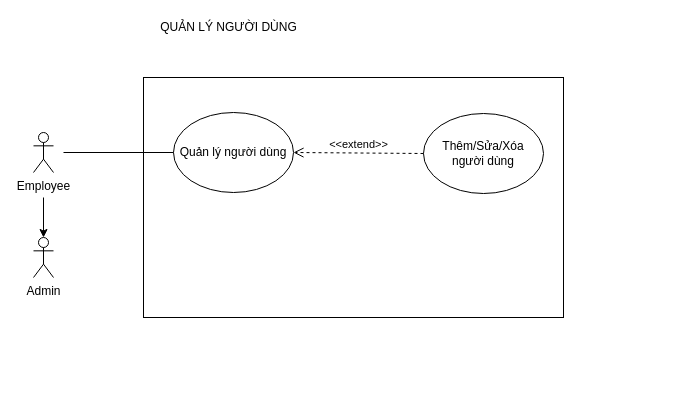
Before: page "Usecase_ql_nguoi_dung" (7 of 17) of doc/QuanLyDoAn.drawio in lampn0/quan_ly_do_an_20211, a draw.io diagram. Source tidied: cells renumbered, new cells numbered last; positions are measured from the earlier drawing's top-left corner, leaving out a move shared by most shapes. Both pictures are drawn from the tidied source at 100%, with x=0, y=0 at pixel (33, 17).
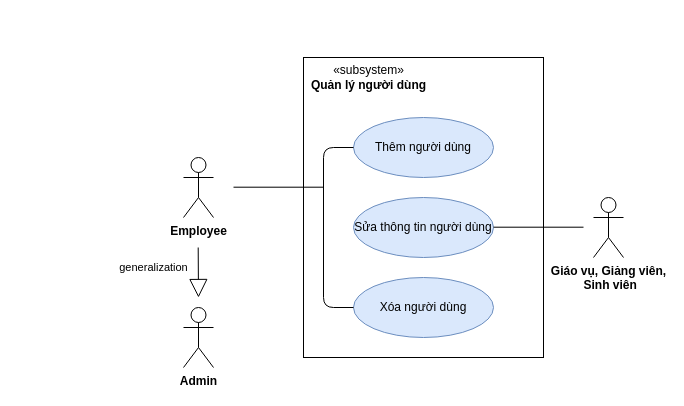
Above is the later version.

What changed in the source:
```diff
@@
 <mxGraphModel>
   <root>
     <mxCell id="0" />
     <mxCell id="1" parent="0" />
-    <mxCell id="2" style="rounded=0;whiteSpace=wrap;html=1;" parent="1" vertex="1">
-      <mxGeometry x="110" y="60" width="420" height="240" as="geometry" />
-    </mxCell>
-    <mxCell id="3" value="QUẢN LÝ NGƯỜI DÙNG" style="text;html=1;align=center;verticalAlign=middle;strokeColor=none;fillColor=none;" parent="1" vertex="1">
-      <mxGeometry x="120" width="150" height="20" as="geometry" />
-    </mxCell>
+    <mxCell id="11" value="generalization" style="endArrow=block;endSize=16;endFill=0;html=1;" parent="1" edge="1">
+      <mxGeometry x="-0.21" y="-45" relative="1" as="geometry">
+        <mxPoint x="164.7" y="230" as="sourcePoint" />
+        <mxPoint x="165" y="280" as="targetPoint" />
+      </mxGeometry>
+    </mxCell>
+    <mxCell id="12" style="rounded=0;whiteSpace=wrap;html=1;glass=0;shadow=0;" parent="1" vertex="1">
+      <mxGeometry x="270" y="40" width="240" height="300" as="geometry" />
+    </mxCell>
+    <mxCell id="13" value="«subsystem»&lt;br&gt;&lt;b&gt;Quản lý người dùng&lt;/b&gt;" style="html=1;rounded=1;glass=0;align=center;strokeColor=none;fillColor=none;" parent="1" vertex="1">
+      <mxGeometry x="270" y="40" width="130" height="40" as="geometry" />
+    </mxCell>
+    <mxCell id="14" value="Thêm người dùng" style="ellipse;whiteSpace=wrap;html=1;rounded=1;glass=0;align=center;fillColor=#dae8fc;strokeColor=#6c8ebf;" parent="1" vertex="1">
+      <mxGeometry x="320" y="100" width="140" height="60" as="geometry" />
+    </mxCell>
+    <mxCell id="15" value="Sửa thông tin người dùng" style="ellipse;whiteSpace=wrap;html=1;rounded=1;glass=0;align=center;fillColor=#dae8fc;strokeColor=#6c8ebf;" parent="1" vertex="1">
+      <mxGeometry x="320" y="180" width="140" height="60" as="geometry" />
+    </mxCell>
+    <mxCell id="16" value="Xóa người dùng" style="ellipse;whiteSpace=wrap;html=1;rounded=1;glass=0;align=center;fillColor=#dae8fc;strokeColor=#6c8ebf;" parent="1" vertex="1">
+      <mxGeometry x="320" y="260" width="140" height="60" as="geometry" />
+    </mxCell>
+    <mxCell id="17" value="Giáo vụ, Giảng viên,&lt;br&gt;&amp;nbsp;Sinh viên" style="shape=umlActor;verticalLabelPosition=bottom;verticalAlign=top;html=1;rounded=1;shadow=0;glass=0;fillColor=none;align=center;fontStyle=1;" parent="1" vertex="1">
+      <mxGeometry x="560" y="180" width="30" height="60" as="geometry" />
+    </mxCell>
-    <mxCell id="4" value="Employee" style="shape=umlActor;verticalLabelPosition=bottom;verticalAlign=top;html=1;" parent="1" vertex="1">
-      <mxGeometry y="115" width="20" height="40" as="geometry" />
+    <mxCell id="4" value="Employee" style="shape=umlActor;verticalLabelPosition=bottom;verticalAlign=top;html=1;rounded=1;shadow=0;glass=0;fillColor=none;align=center;fontStyle=1;" parent="1" vertex="1">
+      <mxGeometry x="150" y="140" width="30" height="60" as="geometry" />
     </mxCell>
-    <mxCell id="5" value="Quản lý người dùng" style="ellipse;whiteSpace=wrap;html=1;" parent="1" vertex="1">
-      <mxGeometry x="140" y="95" width="120" height="80" as="geometry" />
-    </mxCell>
-    <mxCell id="6" value="Thêm/Sửa/Xóa&lt;br&gt;người dùng" style="ellipse;whiteSpace=wrap;html=1;" parent="1" vertex="1">
-      <mxGeometry x="390" y="96" width="120" height="80" as="geometry" />
-    </mxCell>
-    <mxCell id="7" value="&amp;lt;&amp;lt;extend&amp;gt;&amp;gt;" style="html=1;verticalAlign=bottom;endArrow=open;dashed=1;endSize=8;rounded=0;exitX=0;exitY=0.5;exitDx=0;exitDy=0;entryX=1;entryY=0.5;entryDx=0;entryDy=0;" parent="1" edge="1" source="6" target="5">
-      <mxGeometry relative="1" as="geometry" />
-    </mxCell>
-    <mxCell id="8" style="endArrow=none;html=1;rounded=0;exitX=0;exitY=0.5;exitDx=0;exitDy=0;" parent="1" edge="1" source="5">
-      <mxGeometry relative="1" as="geometry">
-        <mxPoint x="30" y="135" as="targetPoint" />
-      </mxGeometry>
-    </mxCell>
+    <mxCell id="18" style="endArrow=none;html=1;" parent="1" edge="1">
+      <mxGeometry relative="1" as="geometry">
+        <mxPoint x="200" y="169.7" as="sourcePoint" />
+        <mxPoint x="290" y="169.7" as="targetPoint" />
+      </mxGeometry>
+    </mxCell>
+    <mxCell id="19" style="endArrow=none;html=1;exitX=0;exitY=0.5;exitDx=0;exitDy=0;entryX=0;entryY=0.5;entryDx=0;entryDy=0;" parent="1" edge="1" source="16" target="14">
+      <mxGeometry relative="1" as="geometry">
+        <Array as="points">
+          <mxPoint x="290" y="290" />
+          <mxPoint x="290" y="130" />
+        </Array>
+      </mxGeometry>
+    </mxCell>
+    <mxCell id="20" style="endArrow=none;html=1;" parent="1" edge="1">
+      <mxGeometry relative="1" as="geometry">
+        <mxPoint x="550" y="209.7" as="sourcePoint" />
+        <mxPoint x="460" y="209.7" as="targetPoint" />
+      </mxGeometry>
+    </mxCell>
-    <mxCell id="9" value="Admin" style="shape=umlActor;verticalLabelPosition=bottom;verticalAlign=top;html=1;outlineConnect=0;" parent="1" vertex="1">
-      <mxGeometry y="220" width="20" height="40" as="geometry" />
+    <mxCell id="9" value="Admin" style="shape=umlActor;verticalLabelPosition=bottom;verticalAlign=top;html=1;rounded=1;shadow=0;glass=0;fillColor=none;align=center;fontStyle=1;" parent="1" vertex="1">
+      <mxGeometry x="150" y="290" width="30" height="60" as="geometry" />
     </mxCell>
-    <mxCell id="10" style="endArrow=classic;html=1;rounded=0;entryX=0.5;entryY=0;entryDx=0;entryDy=0;entryPerimeter=0;" parent="1" edge="1" target="9">
-      <mxGeometry relative="1" as="geometry">
-        <mxPoint x="10" y="180" as="sourcePoint" />
-      </mxGeometry>
-    </mxCell>
   </root>
 </mxGraphModel>
```
